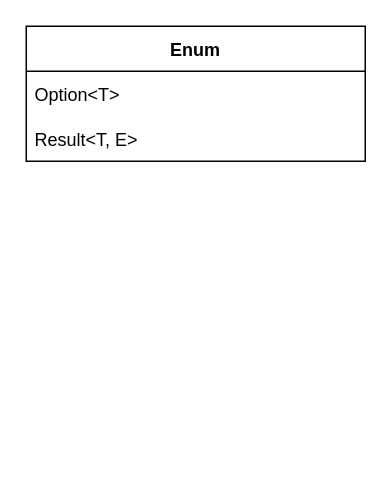
Before: page "Enum" (5 of 7) of datatypes.drawio in gftea/rust_lang_notes, a draw.io diagram. Source tidied: cells renumbered, new cells numbered last; positions are measured from the earlier drawing's top-left corner, leaving out a move shared by most shapes. Both pictures are drawn from the tidied source at 150%, with x=0, y=0 at pixel (26, 26).
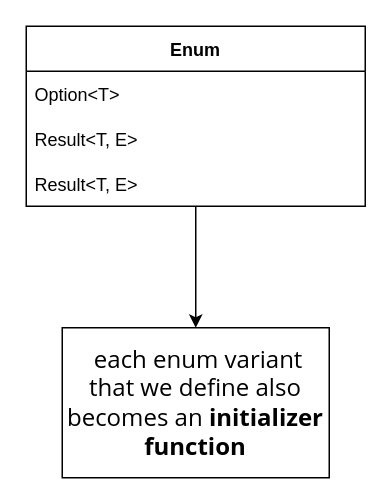
Above is the later version.

What changed in the source:
```diff
@@
 <mxGraphModel>
   <root>
     <mxCell id="0" />
     <mxCell id="1" parent="0" />
+    <mxCell id="5" style="edgeStyle=orthogonalEdgeStyle;rounded=0;jettySize=auto;html=1;" parent="1" edge="1" source="2" target="7">
+      <mxGeometry relative="1" as="geometry" />
+    </mxCell>
     <mxCell id="2" value="Enum" style="swimlane;fontStyle=1;horizontal=1;startSize=30;" parent="1" vertex="1">
-      <mxGeometry width="226" height="90" as="geometry" />
+      <mxGeometry width="226" height="120" as="geometry" />
     </mxCell>
     <mxCell id="3" value="Option&lt;T&gt;" style="text;strokeColor=none;fillColor=none;align=left;verticalAlign=middle;spacingLeft=4;spacingRight=4;overflow=hidden;" parent="2" vertex="1">
       <mxGeometry y="30" width="226" height="30" as="geometry" />
     </mxCell>
     <mxCell id="4" value="Result&lt;T, E&gt;" style="text;strokeColor=none;fillColor=none;align=left;verticalAlign=middle;spacingLeft=4;spacingRight=4;overflow=hidden;" parent="2" vertex="1">
       <mxGeometry y="60" width="226" height="30" as="geometry" />
     </mxCell>
+    <mxCell id="6" value="Result&lt;T, E&gt;" style="text;strokeColor=none;fillColor=none;align=left;verticalAlign=middle;spacingLeft=4;spacingRight=4;overflow=hidden;" parent="2" vertex="1">
+      <mxGeometry y="90" width="226" height="30" as="geometry" />
+    </mxCell>
+    <mxCell id="7" value="&lt;span style=&quot;font-family: &amp;quot;Open Sans&amp;quot;, sans-serif; font-size: 16px; text-align: start; background-color: rgb(255, 255, 255);&quot;&gt;&amp;nbsp;each enum variant that we define also becomes an &lt;b&gt;initializer function&lt;/b&gt;&lt;/span&gt;" style="whiteSpace=wrap;html=1;" parent="1" vertex="1">
+      <mxGeometry x="24" y="201" width="178" height="100" as="geometry" />
+    </mxCell>
   </root>
 </mxGraphModel>
```
